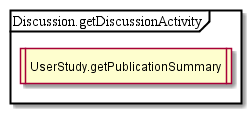
This is test2/diagrams/Discussion.getDiscussionActivity.png from MaxXx1313/testwiki, a PlantUML export, as it was before one commit.
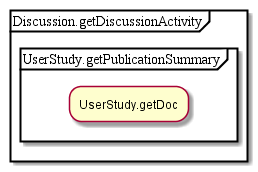
Above is the later version.

Change to the diagram source:
```diff
@@ -1,5 +1,7 @@
 @startuml
 partition Discussion.getDiscussionActivity {
-:UserStudy.getPublicationSummary|
+partition UserStudy.getPublicationSummary {
+:UserStudy.getDoc;
+}
 }
 @enduml
```
